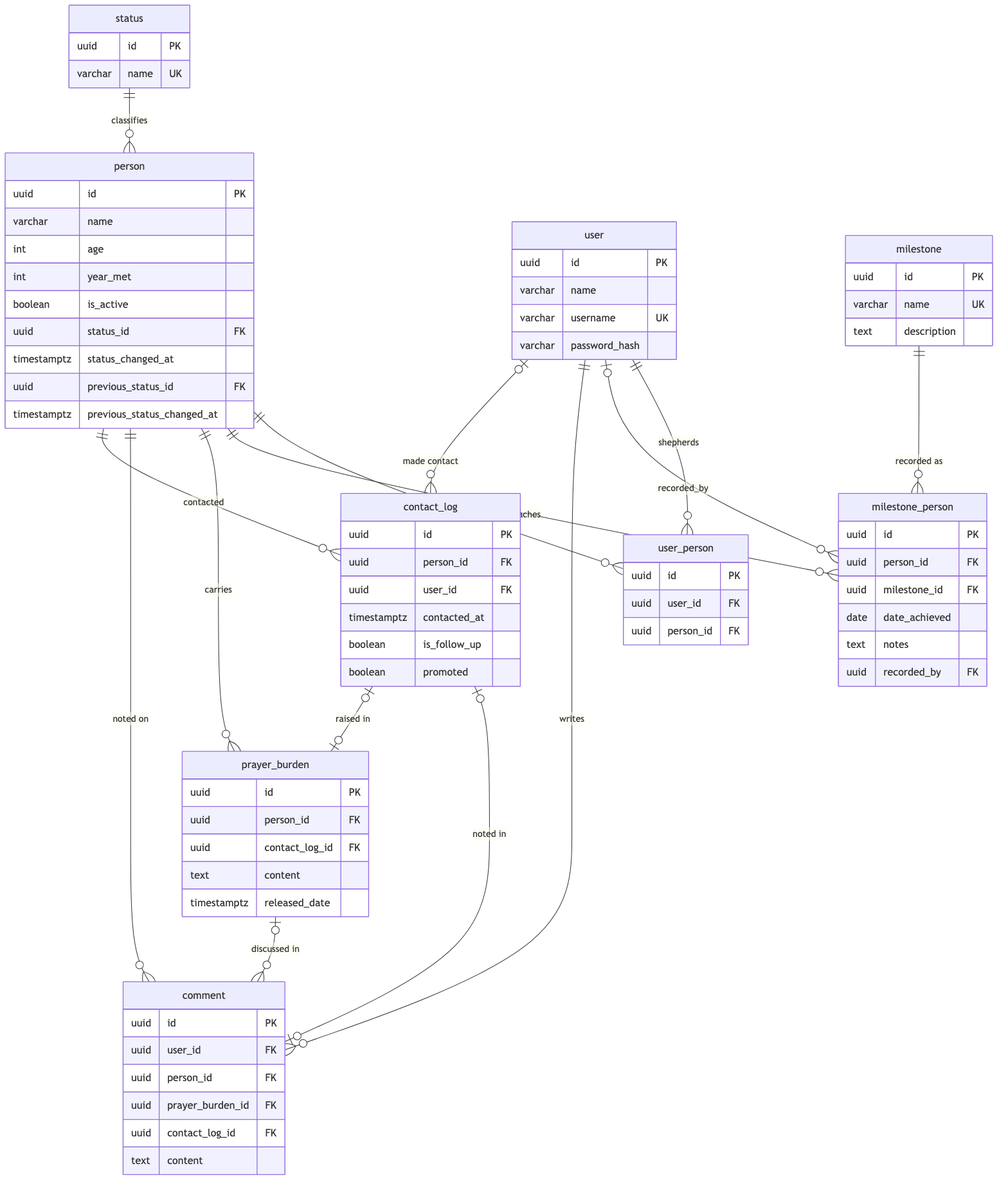
CocoaCommander/shepherd-my-sheep keeps this Mermaid diagram as docs/diagrams/schema.png. Above is the earlier version. Its source is kept beside it as docs/diagrams/schema.mmd.
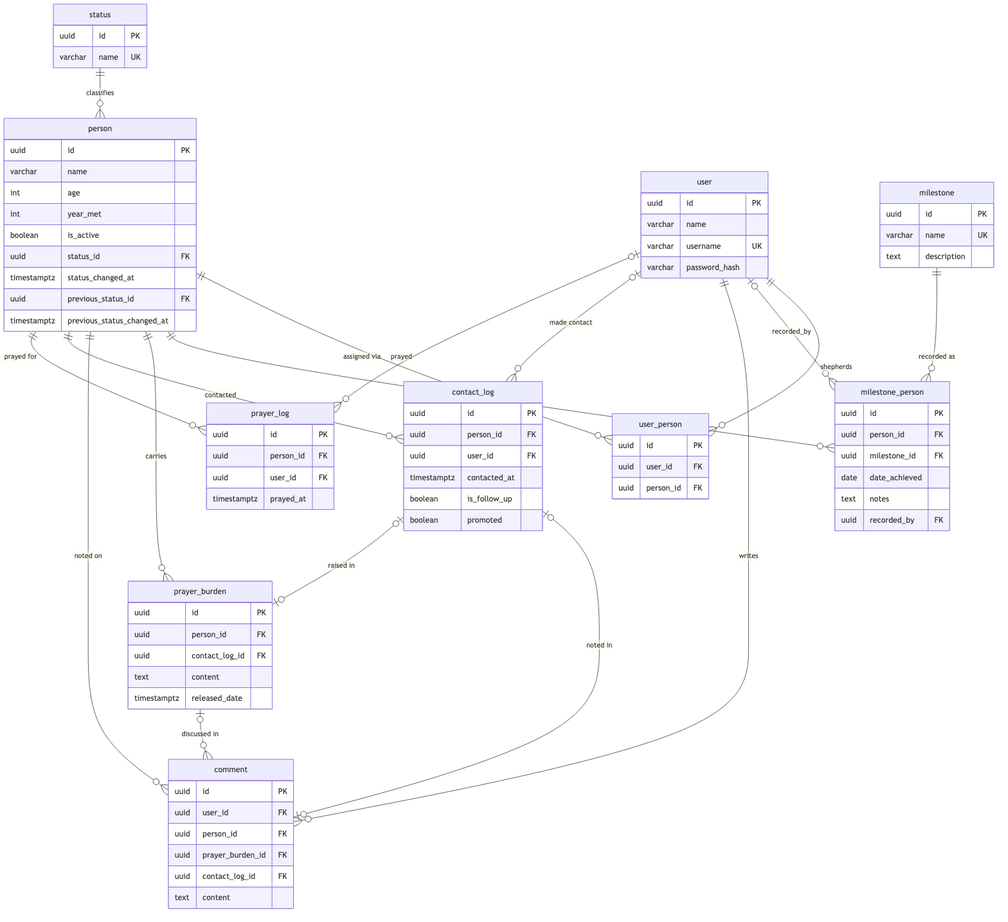
Later version of the same file.

Change to the diagram source:
```diff
@@ -17,6 +17,8 @@
     user |o--o{ contact_log : "made contact"
     contact_log |o--o| comment : "noted in"
     contact_log |o--o| prayer_burden : "raised in"
+    person ||--o{ prayer_log : "prayed for"
+    user |o--o{ prayer_log : "prayed"
 
     status {
         uuid id PK
@@ -80,3 +82,9 @@
         boolean is_follow_up
         boolean promoted
     }
+    prayer_log {
+        uuid id PK
+        uuid person_id FK
+        uuid user_id FK
+        timestamptz prayed_at
+    }
```
